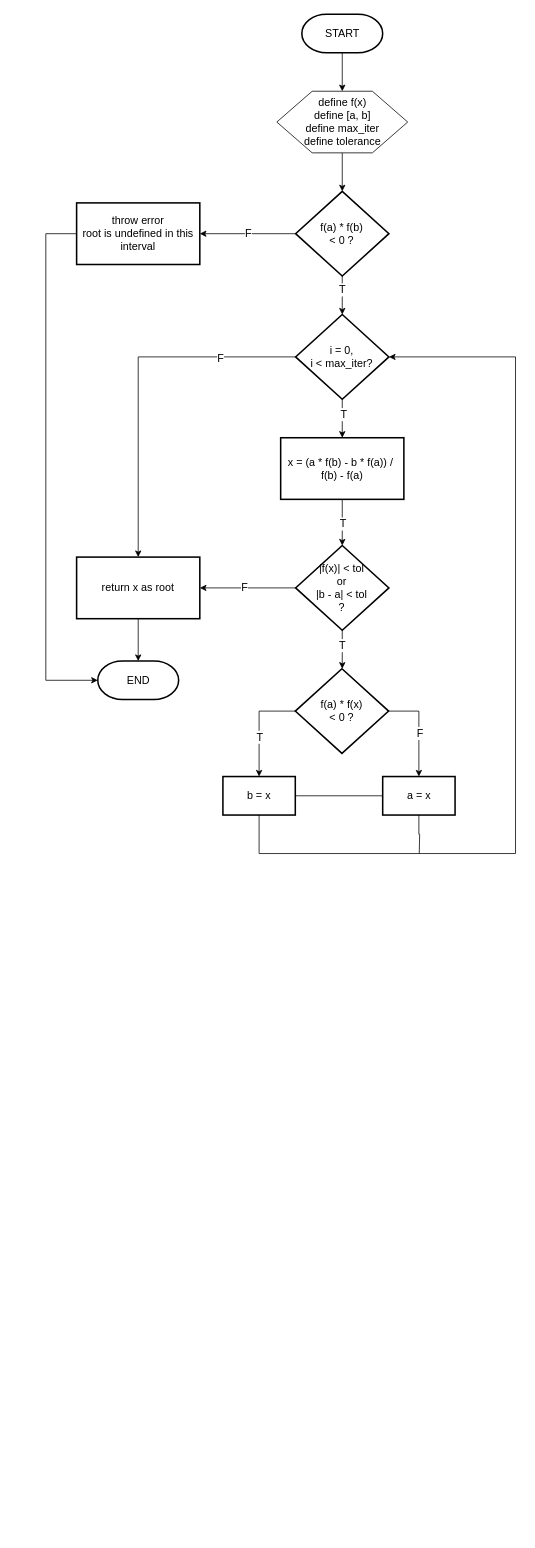
The draw.io diagram false-position/false-position.drawio in HarisHerdiansyah/computational-math, before the edit. Source tidied: cells renumbered, new cells numbered last; positions are measured from the earlier drawing's top-left corner, leaving out a move shared by most shapes. Both pictures are drawn from the tidied source at 77%, with x=0, y=0 at pixel (45, 14).
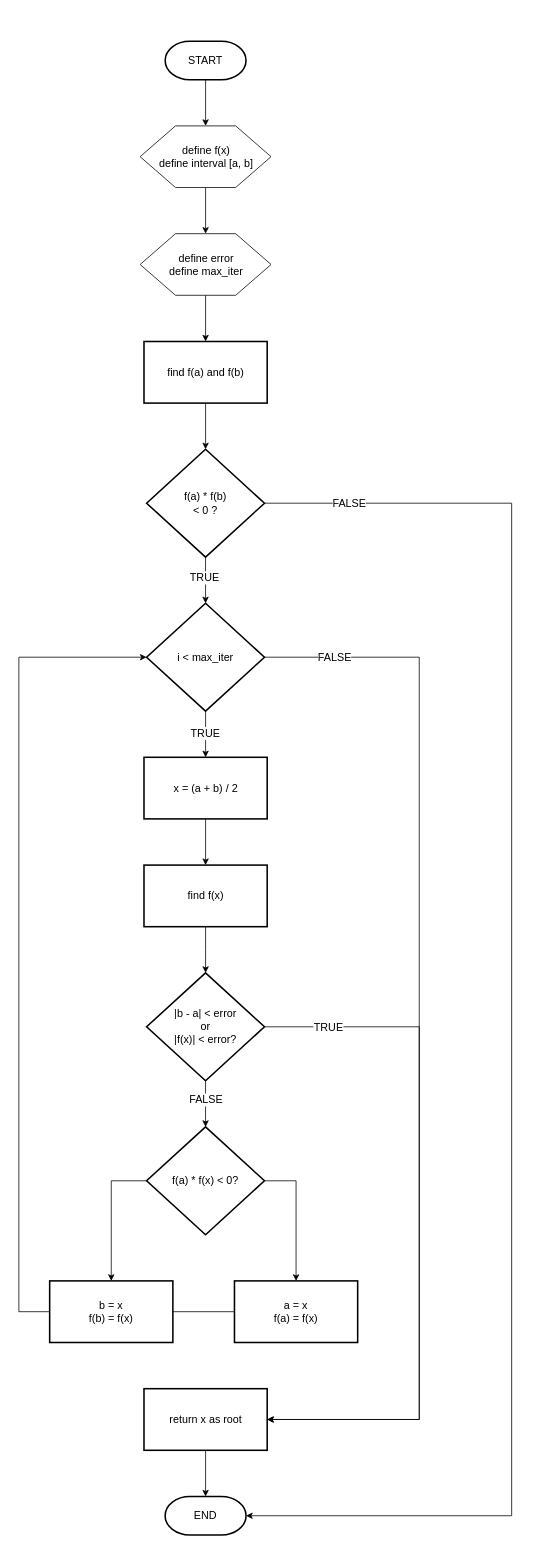
The same diagram, later.

Diff of the diagram source:
```diff
@@
-    <mxCell id="2" style="edgeStyle=orthogonalEdgeStyle;rounded=0;jettySize=auto;html=1;" parent="1" edge="1" source="3" target="5">
-      <mxGeometry relative="1" as="geometry" />
-    </mxCell>
+    <mxCell id="39" style="edgeStyle=orthogonalEdgeStyle;rounded=0;jettySize=auto;html=1;" parent="1" edge="1" source="3" target="41">
+      <mxGeometry relative="1" as="geometry" />
+    </mxCell>
     <mxCell id="3" value="START" style="strokeWidth=2;html=1;shape=mxgraph.flowchart.terminator;whiteSpace=wrap;fontSize=14;" parent="1" vertex="1">
-      <mxGeometry x="332.5" width="105" height="50" as="geometry" />
+      <mxGeometry x="155" y="35" width="105" height="50" as="geometry" />
     </mxCell>
-    <mxCell id="4" style="edgeStyle=orthogonalEdgeStyle;rounded=0;jettySize=auto;html=1;" parent="1" edge="1" source="5" target="10">
-      <mxGeometry relative="1" as="geometry" />
-    </mxCell>
-    <mxCell id="5" value="define f(x)&lt;div&gt;define [a, b]&lt;/div&gt;&lt;div&gt;define max_iter&lt;/div&gt;&lt;div&gt;define tolerance&lt;/div&gt;" style="verticalLabelPosition=middle;verticalAlign=middle;html=1;shape=hexagon;perimeter=hexagonPerimeter2;arcSize=6;size=0.27;labelPosition=center;align=center;fontSize=14;" parent="1" vertex="1">
-      <mxGeometry x="300" y="100" width="170" height="80" as="geometry" />
-    </mxCell>
-    <mxCell id="6" style="edgeStyle=orthogonalEdgeStyle;rounded=0;jettySize=auto;html=1;" parent="1" edge="1" source="10" target="15">
-      <mxGeometry relative="1" as="geometry" />
-    </mxCell>
-    <mxCell id="7" value="&lt;font style=&quot;font-size: 14px;&quot;&gt;T&lt;/font&gt;" style="edgeLabel;html=1;align=center;verticalAlign=middle;" parent="6" vertex="1">
-      <mxGeometry x="-0.32" y="-1" relative="1" as="geometry" />
-    </mxCell>
-    <mxCell id="8" style="edgeStyle=orthogonalEdgeStyle;rounded=0;jettySize=auto;html=1;exitX=0;exitY=0.5;exitDx=0;exitDy=0;exitPerimeter=0;" parent="1" edge="1" source="10" target="37">
-      <mxGeometry relative="1" as="geometry" />
-    </mxCell>
-    <mxCell id="9" value="&lt;span style=&quot;font-size: 14px;&quot;&gt;F&lt;/span&gt;" style="edgeLabel;html=1;align=center;verticalAlign=middle;" parent="8" vertex="1">
-      <mxGeometry y="-1" relative="1" as="geometry" />
-    </mxCell>
+    <mxCell id="40" style="edgeStyle=orthogonalEdgeStyle;rounded=0;jettySize=auto;html=1;" parent="1" edge="1" source="41" target="43">
+      <mxGeometry relative="1" as="geometry" />
+    </mxCell>
+    <mxCell id="41" value="define f(x)&lt;div&gt;define interval [a, b]&lt;/div&gt;" style="verticalLabelPosition=middle;verticalAlign=middle;html=1;shape=hexagon;perimeter=hexagonPerimeter2;arcSize=6;size=0.27;labelPosition=center;align=center;fontSize=14;" parent="1" vertex="1">
+      <mxGeometry x="122.5" y="145" width="170" height="80" as="geometry" />
+    </mxCell>
+    <mxCell id="42" style="edgeStyle=orthogonalEdgeStyle;rounded=0;jettySize=auto;html=1;" parent="1" edge="1" source="43" target="45">
+      <mxGeometry relative="1" as="geometry" />
+    </mxCell>
+    <mxCell id="43" value="define error&lt;div&gt;define max_iter&lt;/div&gt;" style="verticalLabelPosition=middle;verticalAlign=middle;html=1;shape=hexagon;perimeter=hexagonPerimeter2;arcSize=6;size=0.27;labelPosition=center;align=center;fontSize=14;" parent="1" vertex="1">
+      <mxGeometry x="122.5" y="285" width="170" height="80" as="geometry" />
+    </mxCell>
+    <mxCell id="44" style="edgeStyle=orthogonalEdgeStyle;rounded=0;jettySize=auto;html=1;" parent="1" edge="1" source="45" target="10">
+      <mxGeometry relative="1" as="geometry" />
+    </mxCell>
+    <mxCell id="45" value="find f(a) and f(b)" style="rounded=1;whiteSpace=wrap;html=1;absoluteArcSize=1;arcSize=0;strokeWidth=2;fontSize=14;" parent="1" vertex="1">
+      <mxGeometry x="127.5" y="425" width="160" height="80" as="geometry" />
+    </mxCell>
+    <mxCell id="46" style="edgeStyle=orthogonalEdgeStyle;rounded=0;jettySize=auto;html=1;" parent="1" edge="1" source="10" target="56">
+      <mxGeometry relative="1" as="geometry" />
+    </mxCell>
+    <mxCell id="47" value="&lt;font style=&quot;font-size: 14px;&quot;&gt;TRUE&lt;/font&gt;" style="edgeLabel;html=1;align=center;verticalAlign=middle;" parent="46" vertex="1">
+      <mxGeometry x="-0.14" y="-2" relative="1" as="geometry" />
+    </mxCell>
     <mxCell id="10" value="f(a) * f(b)&lt;div&gt;&amp;lt; 0 ?&lt;/div&gt;" style="strokeWidth=2;html=1;shape=mxgraph.flowchart.decision;whiteSpace=wrap;fontSize=14;" parent="1" vertex="1">
-      <mxGeometry x="324.4" y="230" width="121.2" height="110" as="geometry" />
+      <mxGeometry x="130.9" y="565" width="153.1" height="140" as="geometry" />
     </mxCell>
-    <mxCell id="11" style="edgeStyle=orthogonalEdgeStyle;rounded=0;jettySize=auto;html=1;" parent="1" edge="1" source="15" target="18">
-      <mxGeometry relative="1" as="geometry" />
-    </mxCell>
-    <mxCell id="12" value="&lt;font style=&quot;font-size: 14px;&quot;&gt;T&lt;/font&gt;" style="edgeLabel;html=1;align=center;verticalAlign=middle;" parent="11" vertex="1">
-      <mxGeometry x="-0.25" y="1" relative="1" as="geometry" />
-    </mxCell>
-    <mxCell id="13" style="edgeStyle=orthogonalEdgeStyle;rounded=0;jettySize=auto;html=1;exitX=0;exitY=0.5;exitDx=0;exitDy=0;exitPerimeter=0;entryX=0.5;entryY=0;entryDx=0;entryDy=0;" parent="1" edge="1" source="15" target="35">
-      <mxGeometry relative="1" as="geometry" />
-    </mxCell>
-    <mxCell id="14" value="&lt;font style=&quot;font-size: 14px;&quot;&gt;F&lt;/font&gt;" style="edgeLabel;html=1;align=center;verticalAlign=middle;" parent="13" vertex="1">
-      <mxGeometry x="-0.58" y="1" relative="1" as="geometry" />
-    </mxCell>
-    <mxCell id="15" value="i = 0,&lt;div&gt;i &amp;lt; max_iter?&lt;/div&gt;" style="strokeWidth=2;html=1;shape=mxgraph.flowchart.decision;whiteSpace=wrap;fontSize=14;" parent="1" vertex="1">
-      <mxGeometry x="324.4" y="390" width="121.2" height="110" as="geometry" />
-    </mxCell>
-    <mxCell id="16" style="edgeStyle=orthogonalEdgeStyle;rounded=0;jettySize=auto;html=1;" parent="1" edge="1" source="18" target="23">
-      <mxGeometry relative="1" as="geometry" />
-    </mxCell>
-    <mxCell id="17" value="&lt;font style=&quot;font-size: 14px;&quot;&gt;T&lt;/font&gt;" style="edgeLabel;html=1;align=center;verticalAlign=middle;" parent="16" vertex="1">
-      <mxGeometry x="0.04" relative="1" as="geometry" />
-    </mxCell>
-    <mxCell id="18" value="x = (a * f(b) - b * f(a)) /&amp;nbsp;&lt;div&gt;f(b) - f(a)&lt;/div&gt;" style="rounded=1;whiteSpace=wrap;html=1;absoluteArcSize=1;arcSize=0;strokeWidth=2;fontSize=14;" parent="1" vertex="1">
-      <mxGeometry x="305" y="550" width="160" height="80" as="geometry" />
-    </mxCell>
-    <mxCell id="19" style="edgeStyle=orthogonalEdgeStyle;rounded=0;jettySize=auto;html=1;" parent="1" edge="1" source="23">
-      <mxGeometry relative="1" as="geometry">
-        <mxPoint x="385" y="850" as="targetPoint" />
-      </mxGeometry>
-    </mxCell>
-    <mxCell id="20" value="&lt;font style=&quot;font-size: 14px;&quot;&gt;T&lt;/font&gt;" style="edgeLabel;html=1;align=center;verticalAlign=middle;" parent="19" vertex="1">
-      <mxGeometry x="-0.26" y="-1" relative="1" as="geometry" />
-    </mxCell>
-    <mxCell id="21" style="edgeStyle=orthogonalEdgeStyle;rounded=0;jettySize=auto;html=1;exitX=0;exitY=0.5;exitDx=0;exitDy=0;exitPerimeter=0;entryX=1;entryY=0.5;entryDx=0;entryDy=0;" parent="1" edge="1" source="23" target="35">
-      <mxGeometry relative="1" as="geometry" />
-    </mxCell>
-    <mxCell id="22" value="&lt;span style=&quot;font-size: 14px;&quot;&gt;F&lt;/span&gt;" style="edgeLabel;html=1;align=center;verticalAlign=middle;" parent="21" vertex="1">
-      <mxGeometry x="0.08" y="-1" relative="1" as="geometry" />
-    </mxCell>
-    <mxCell id="23" value="|f(x)| &amp;lt; tol&lt;div&gt;or&lt;/div&gt;&lt;div&gt;|b - a| &amp;lt; tol&lt;/div&gt;&lt;div&gt;?&lt;/div&gt;" style="strokeWidth=2;html=1;shape=mxgraph.flowchart.decision;whiteSpace=wrap;fontSize=14;" parent="1" vertex="1">
-      <mxGeometry x="324.4" y="690" width="121.2" height="110" as="geometry" />
-    </mxCell>
-    <mxCell id="24" style="edgeStyle=orthogonalEdgeStyle;rounded=0;jettySize=auto;html=1;exitX=0;exitY=0.5;exitDx=0;exitDy=0;exitPerimeter=0;entryX=0.5;entryY=0;entryDx=0;entryDy=0;" parent="1" edge="1" source="28" target="30">
-      <mxGeometry relative="1" as="geometry" />
-    </mxCell>
-    <mxCell id="25" value="&lt;font style=&quot;font-size: 14px;&quot;&gt;T&lt;/font&gt;" style="edgeLabel;html=1;align=center;verticalAlign=middle;" parent="24" vertex="1">
-      <mxGeometry x="0.21" relative="1" as="geometry" />
-    </mxCell>
-    <mxCell id="26" style="edgeStyle=orthogonalEdgeStyle;rounded=0;jettySize=auto;html=1;exitX=1;exitY=0.5;exitDx=0;exitDy=0;exitPerimeter=0;entryX=0.5;entryY=0;entryDx=0;entryDy=0;" parent="1" edge="1" source="28" target="32">
-      <mxGeometry relative="1" as="geometry" />
-    </mxCell>
-    <mxCell id="27" value="&lt;font style=&quot;font-size: 14px;&quot;&gt;F&lt;/font&gt;" style="edgeLabel;html=1;align=center;verticalAlign=middle;" parent="26" vertex="1">
-      <mxGeometry x="0.09" y="1" relative="1" as="geometry" />
-    </mxCell>
-    <mxCell id="28" value="f(a) * f(x)&lt;div&gt;&amp;lt; 0 ?&lt;/div&gt;" style="strokeWidth=2;html=1;shape=mxgraph.flowchart.decision;whiteSpace=wrap;fontSize=14;" parent="1" vertex="1">
-      <mxGeometry x="324" y="850" width="121.2" height="110" as="geometry" />
-    </mxCell>
-    <mxCell id="29" style="edgeStyle=orthogonalEdgeStyle;rounded=0;jettySize=auto;html=1;exitX=1;exitY=0.5;exitDx=0;exitDy=0;entryX=0;entryY=0.5;entryDx=0;entryDy=0;endArrow=none;endFill=0;" parent="1" edge="1" source="30" target="32">
-      <mxGeometry relative="1" as="geometry" />
-    </mxCell>
-    <mxCell id="30" value="b = x" style="rounded=1;whiteSpace=wrap;html=1;absoluteArcSize=1;arcSize=0;strokeWidth=2;fontSize=14;" parent="1" vertex="1">
-      <mxGeometry x="230" y="990" width="94" height="50" as="geometry" />
-    </mxCell>
-    <mxCell id="31" style="edgeStyle=orthogonalEdgeStyle;rounded=0;jettySize=auto;html=1;exitX=0.5;exitY=1;exitDx=0;exitDy=0;endArrow=none;endFill=0;" parent="1" edge="1" source="32">
-      <mxGeometry relative="1" as="geometry">
-        <mxPoint x="485" y="1090" as="targetPoint" />
-      </mxGeometry>
-    </mxCell>
-    <mxCell id="32" value="a = x" style="rounded=1;whiteSpace=wrap;html=1;absoluteArcSize=1;arcSize=0;strokeWidth=2;fontSize=14;" parent="1" vertex="1">
-      <mxGeometry x="437.5" y="990" width="94" height="50" as="geometry" />
-    </mxCell>
-    <mxCell id="33" style="edgeStyle=orthogonalEdgeStyle;rounded=0;jettySize=auto;html=1;exitX=0.5;exitY=1;exitDx=0;exitDy=0;entryX=1;entryY=0.5;entryDx=0;entryDy=0;entryPerimeter=0;" parent="1" edge="1" source="30" target="15">
-      <mxGeometry relative="1" as="geometry">
-        <Array as="points">
-          <mxPoint x="277" y="1090" />
-          <mxPoint x="610" y="1090" />
-          <mxPoint x="610" y="445" />
-        </Array>
-      </mxGeometry>
-    </mxCell>
+    <mxCell id="48" style="edgeStyle=orthogonalEdgeStyle;rounded=0;jettySize=auto;html=1;" parent="1" edge="1" source="49" target="51">
+      <mxGeometry relative="1" as="geometry" />
+    </mxCell>
+    <mxCell id="49" value="x = (a + b) / 2" style="rounded=1;whiteSpace=wrap;html=1;absoluteArcSize=1;arcSize=0;strokeWidth=2;fontSize=14;" parent="1" vertex="1">
+      <mxGeometry x="127.5" y="965" width="160" height="80" as="geometry" />
+    </mxCell>
+    <mxCell id="50" style="edgeStyle=orthogonalEdgeStyle;rounded=0;jettySize=auto;html=1;" parent="1" edge="1" source="51" target="61">
+      <mxGeometry relative="1" as="geometry" />
+    </mxCell>
+    <mxCell id="51" value="find f(x)" style="rounded=1;whiteSpace=wrap;html=1;absoluteArcSize=1;arcSize=0;strokeWidth=2;fontSize=14;" parent="1" vertex="1">
+      <mxGeometry x="127.5" y="1105" width="160" height="80" as="geometry" />
+    </mxCell>
+    <mxCell id="52" style="edgeStyle=orthogonalEdgeStyle;rounded=0;jettySize=auto;html=1;" parent="1" edge="1" source="56" target="49">
+      <mxGeometry relative="1" as="geometry" />
+    </mxCell>
+    <mxCell id="53" value="&lt;span style=&quot;font-size: 14px;&quot;&gt;TRUE&lt;/span&gt;" style="edgeLabel;html=1;align=center;verticalAlign=middle;" parent="52" vertex="1">
+      <mxGeometry x="-0.07" y="-1" relative="1" as="geometry" />
+    </mxCell>
+    <mxCell id="54" style="edgeStyle=orthogonalEdgeStyle;rounded=0;jettySize=auto;html=1;exitX=1;exitY=0.5;exitDx=0;exitDy=0;exitPerimeter=0;entryX=1;entryY=0.5;entryDx=0;entryDy=0;" parent="1" edge="1" source="56" target="35">
+      <mxGeometry relative="1" as="geometry">
+        <Array as="points">
+          <mxPoint x="485" y="835" />
+          <mxPoint x="485" y="1825" />
+        </Array>
+      </mxGeometry>
+    </mxCell>
+    <mxCell id="55" value="&lt;font style=&quot;font-size: 14px;&quot;&gt;FALSE&lt;/font&gt;" style="edgeLabel;html=1;align=center;verticalAlign=middle;" parent="54" vertex="1">
+      <mxGeometry x="-0.87" relative="1" as="geometry" />
+    </mxCell>
+    <mxCell id="56" value="i &amp;lt; max_iter" style="strokeWidth=2;html=1;shape=mxgraph.flowchart.decision;whiteSpace=wrap;fontSize=14;" parent="1" vertex="1">
+      <mxGeometry x="130.9" y="765" width="153.1" height="140" as="geometry" />
+    </mxCell>
+    <mxCell id="57" style="edgeStyle=orthogonalEdgeStyle;rounded=0;jettySize=auto;html=1;" parent="1" edge="1" source="61" target="64">
+      <mxGeometry relative="1" as="geometry" />
+    </mxCell>
+    <mxCell id="58" value="&lt;font style=&quot;font-size: 14px;&quot;&gt;FALSE&lt;/font&gt;" style="edgeLabel;html=1;align=center;verticalAlign=middle;" parent="57" vertex="1">
+      <mxGeometry x="-0.19" relative="1" as="geometry" />
+    </mxCell>
+    <mxCell id="59" style="edgeStyle=orthogonalEdgeStyle;rounded=0;jettySize=auto;html=1;entryX=1;entryY=0.5;entryDx=0;entryDy=0;" parent="1" edge="1" source="61" target="35">
+      <mxGeometry relative="1" as="geometry">
+        <Array as="points">
+          <mxPoint x="485" y="1315" />
+          <mxPoint x="485" y="1825" />
+        </Array>
+      </mxGeometry>
+    </mxCell>
+    <mxCell id="60" value="&lt;font style=&quot;font-size: 14px;&quot;&gt;TRUE&lt;/font&gt;" style="edgeLabel;html=1;align=center;verticalAlign=middle;" parent="59" vertex="1">
+      <mxGeometry x="-0.82" relative="1" as="geometry" />
+    </mxCell>
+    <mxCell id="61" value="|b - a| &amp;lt; error&lt;div&gt;or&lt;/div&gt;&lt;div&gt;|f(x)| &amp;lt; error?&lt;/div&gt;" style="strokeWidth=2;html=1;shape=mxgraph.flowchart.decision;whiteSpace=wrap;fontSize=14;" parent="1" vertex="1">
+      <mxGeometry x="130.9" y="1245" width="153.1" height="140" as="geometry" />
+    </mxCell>
+    <mxCell id="62" style="edgeStyle=orthogonalEdgeStyle;rounded=0;jettySize=auto;html=1;exitX=0;exitY=0.5;exitDx=0;exitDy=0;exitPerimeter=0;" parent="1" edge="1" source="64" target="66">
+      <mxGeometry relative="1" as="geometry" />
+    </mxCell>
+    <mxCell id="63" style="edgeStyle=orthogonalEdgeStyle;rounded=0;jettySize=auto;html=1;exitX=1;exitY=0.5;exitDx=0;exitDy=0;exitPerimeter=0;entryX=0.5;entryY=0;entryDx=0;entryDy=0;" parent="1" edge="1" source="64" target="67">
+      <mxGeometry relative="1" as="geometry" />
+    </mxCell>
+    <mxCell id="64" value="f(a) * f(x) &amp;lt; 0?" style="strokeWidth=2;html=1;shape=mxgraph.flowchart.decision;whiteSpace=wrap;fontSize=14;" parent="1" vertex="1">
+      <mxGeometry x="130.9" y="1445" width="153.1" height="140" as="geometry" />
+    </mxCell>
+    <mxCell id="65" style="edgeStyle=orthogonalEdgeStyle;rounded=0;jettySize=auto;html=1;endArrow=none;endFill=0;" parent="1" edge="1" source="66" target="67">
+      <mxGeometry relative="1" as="geometry" />
+    </mxCell>
+    <mxCell id="66" value="b = x&lt;div&gt;f(b) = f(x)&lt;/div&gt;" style="rounded=1;whiteSpace=wrap;html=1;absoluteArcSize=1;arcSize=0;strokeWidth=2;fontSize=14;" parent="1" vertex="1">
+      <mxGeometry x="5" y="1645" width="160" height="80" as="geometry" />
+    </mxCell>
+    <mxCell id="67" value="a = x&lt;div&gt;f(a) = f(x)&lt;/div&gt;" style="rounded=1;whiteSpace=wrap;html=1;absoluteArcSize=1;arcSize=0;strokeWidth=2;fontSize=14;" parent="1" vertex="1">
+      <mxGeometry x="245" y="1645" width="160" height="80" as="geometry" />
+    </mxCell>
+    <mxCell id="68" style="edgeStyle=orthogonalEdgeStyle;rounded=0;jettySize=auto;html=1;exitX=0;exitY=0.5;exitDx=0;exitDy=0;entryX=0;entryY=0.5;entryDx=0;entryDy=0;entryPerimeter=0;" parent="1" edge="1" source="66" target="56">
+      <mxGeometry relative="1" as="geometry">
+        <Array as="points">
+          <mxPoint x="-35" y="1685" />
+          <mxPoint x="-35" y="835" />
+        </Array>
+      </mxGeometry>
+    </mxCell>
@@
     <mxCell id="35" value="return x as root" style="rounded=1;whiteSpace=wrap;html=1;absoluteArcSize=1;arcSize=0;strokeWidth=2;fontSize=14;" parent="1" vertex="1">
-      <mxGeometry x="40" y="705" width="160" height="80" as="geometry" />
+      <mxGeometry x="127.5" y="1785" width="160" height="80" as="geometry" />
     </mxCell>
     <mxCell id="36" value="END" style="strokeWidth=2;html=1;shape=mxgraph.flowchart.terminator;whiteSpace=wrap;fontSize=14;" parent="1" vertex="1">
-      <mxGeometry x="67.5" y="840" width="105" height="50" as="geometry" />
+      <mxGeometry x="155" y="1925" width="105" height="50" as="geometry" />
     </mxCell>
-    <mxCell id="37" value="throw error&lt;div&gt;root is undefined in this interval&lt;/div&gt;" style="rounded=1;whiteSpace=wrap;html=1;absoluteArcSize=1;arcSize=0;strokeWidth=2;fontSize=14;" parent="1" vertex="1">
-      <mxGeometry x="40" y="245" width="160" height="80" as="geometry" />
-    </mxCell>
-    <mxCell id="38" style="edgeStyle=orthogonalEdgeStyle;rounded=0;jettySize=auto;html=1;exitX=0;exitY=0.5;exitDx=0;exitDy=0;entryX=0;entryY=0.5;entryDx=0;entryDy=0;entryPerimeter=0;" parent="1" edge="1" source="37" target="36">
-      <mxGeometry relative="1" as="geometry">
-        <Array as="points">
-          <mxPoint y="285" />
-          <mxPoint y="865" />
-        </Array>
-      </mxGeometry>
-    </mxCell>
+    <mxCell id="69" style="edgeStyle=orthogonalEdgeStyle;rounded=0;jettySize=auto;html=1;exitX=1;exitY=0.5;exitDx=0;exitDy=0;exitPerimeter=0;entryX=1;entryY=0.5;entryDx=0;entryDy=0;entryPerimeter=0;" parent="1" edge="1" source="10" target="36">
+      <mxGeometry relative="1" as="geometry">
+        <Array as="points">
+          <mxPoint x="605" y="635" />
+          <mxPoint x="605" y="1950" />
+        </Array>
+      </mxGeometry>
+    </mxCell>
+    <mxCell id="70" value="&lt;font style=&quot;font-size: 14px;&quot;&gt;FALSE&lt;/font&gt;" style="edgeLabel;html=1;align=center;verticalAlign=middle;" parent="69" vertex="1">
+      <mxGeometry x="-0.89" relative="1" as="geometry" />
+    </mxCell>
```
